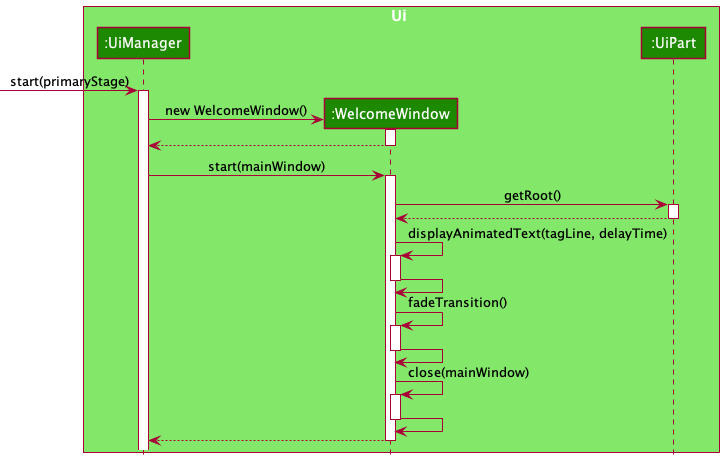
Above: docs/images/WelcomeWindowSequenceDiagram.png in nus-cs2103-AY2122S1/tp (PlantUML), before the change.
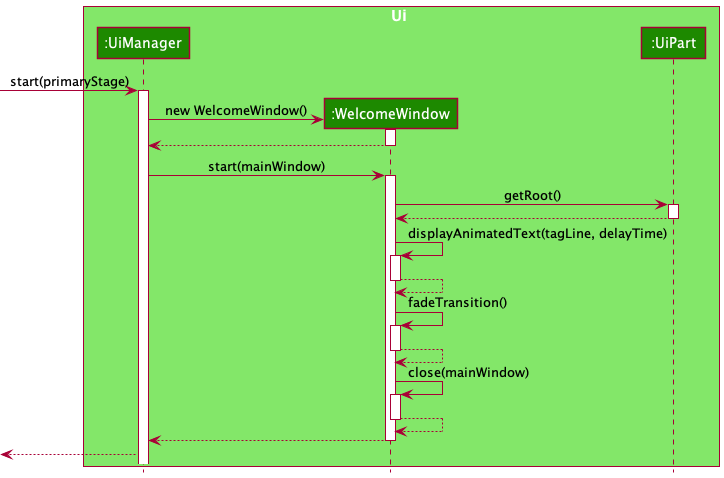
The same file after the commit.

Change to the diagram source:
```diff
@@ -28,22 +28,24 @@
 WelcomeWindow -> WelcomeWindow : displayAnimatedText(tagLine, delayTime)
 activate WelcomeWindow
 
-WelcomeWindow -> WelcomeWindow
+WelcomeWindow --> WelcomeWindow
 deactivate WelcomeWindow
 
 WelcomeWindow -> WelcomeWindow : fadeTransition()
 activate WelcomeWindow
 
-WelcomeWindow -> WelcomeWindow
+WelcomeWindow --> WelcomeWindow
 deactivate WelcomeWindow
 
 WelcomeWindow -> WelcomeWindow : close(mainWindow)
 activate WelcomeWindow
 
-WelcomeWindow -> WelcomeWindow
+WelcomeWindow --> WelcomeWindow
 deactivate WelcomeWindow
 
 WelcomeWindow --> UiManager
 deactivate WelcomeWindow
 
+<-- UiManager
+
 @enduml
```
